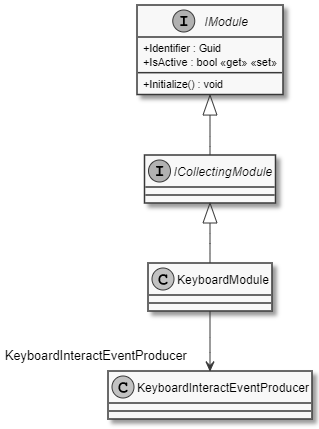
insightmind/MORR keeps this PlantUML diagram as documents/sd/resources/Classes/Modules/Keyboard/KeyboardModule.png. Above is the earlier version. Its source is kept beside it as documents/sd/plantuml/application/Modules/Keyboard/KeyboardModule.puml.
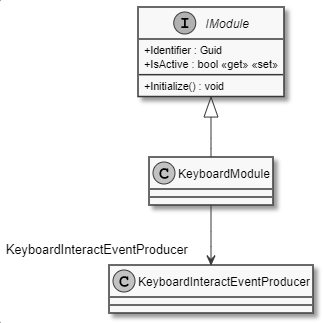
Later version of the same file.

Commit message:
Remove ICollectingModule from diagrams

What changed in the source:
```diff
@@ -4,8 +4,6 @@
 
 class KeyboardModule {
 }
-interface ICollectingModule
-ICollectingModule <|-- KeyboardModule
 
 interface IModule {
     + Identifier : Guid
@@ -13,6 +11,6 @@
     + Initialize() : void
 }
 
-IModule <|-- ICollectingModule
+IModule <|-- KeyboardModule
 KeyboardModule --> "  KeyboardInteractEventProducer" KeyboardInteractEventProducer
 @enduml
```
